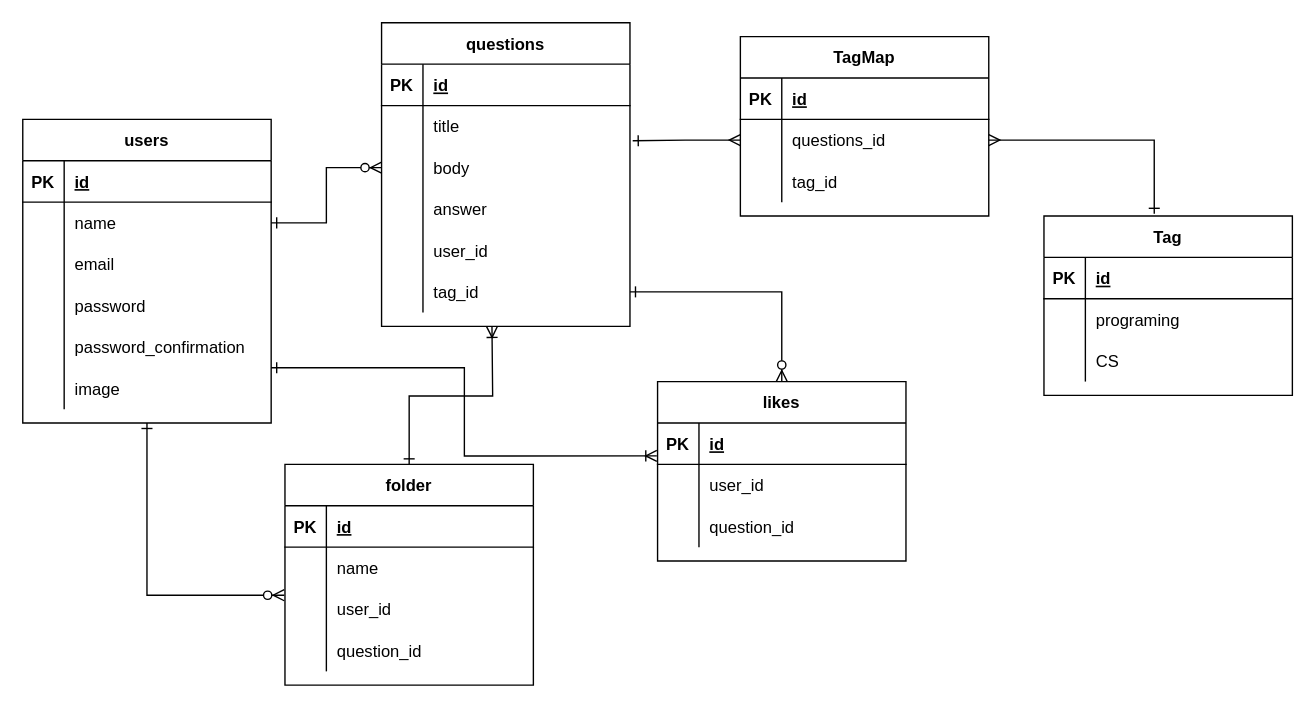
Earlier version of the draw.io diagram ER_diagram.drawio (Atsu77/QA_func). Source tidied: cells renumbered, new cells numbered last; positions are measured from the earlier drawing's top-left corner, leaving out a move shared by most shapes. Both pictures are drawn from the tidied source at 138%, with x=0, y=0 at pixel (22, 22).
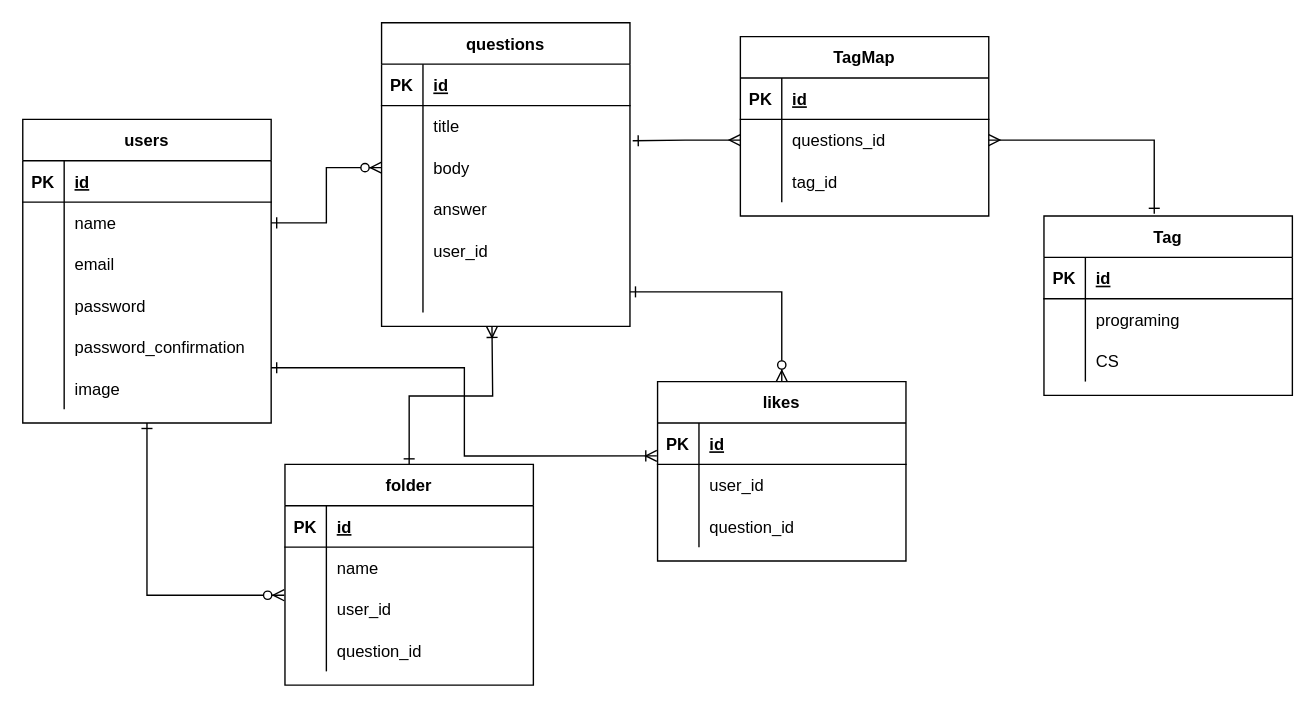
Above is the later version.

The change refers to these unchanged cells:
```xml
<mxCell id="39" style="shape=partialRectangle;fillColor=none;top=0;left=0;bottom=0;right=0;points=[[0,0.5],[1,0.5]];portConstraint=eastwest;" parent="23" vertex="1">
  <mxGeometry y="180" width="180" height="30" as="geometry" />
</mxCell>
```

The edit, as a diff of the source:
```diff
@@
-    <mxCell id="41" value="tag_id" style="shape=partialRectangle;fillColor=none;top=0;left=0;bottom=0;right=0;align=left;spacingLeft=6;overflow=hidden;" parent="39" vertex="1">
+    <mxCell id="41" style="shape=partialRectangle;fillColor=none;top=0;left=0;bottom=0;right=0;align=left;spacingLeft=6;overflow=hidden;" parent="39" vertex="1">
       <mxGeometry x="30" width="150" height="30" as="geometry" />
     </mxCell>
```
